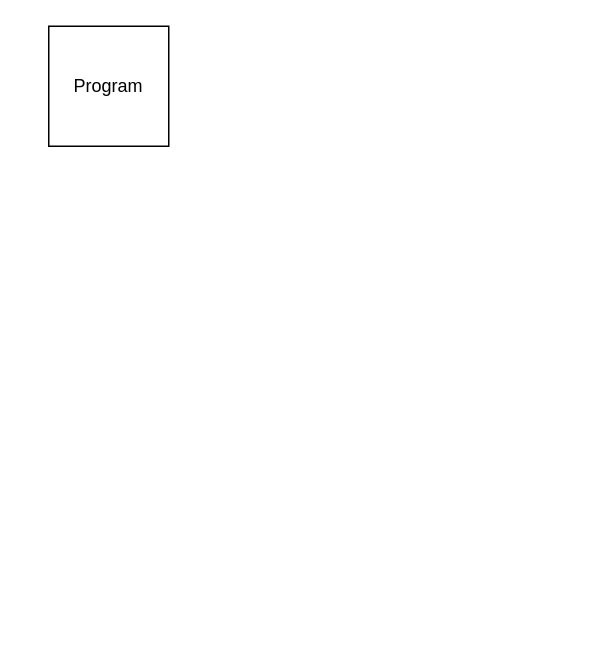
Above: Draw.drawio in blu3sh0rk/Draw (draw.io), before the change. Source tidied: cells renumbered, new cells numbered last; positions are measured from the earlier drawing's top-left corner, leaving out a move shared by most shapes. Both pictures are drawn from the tidied source at 150%, with x=0, y=0 at pixel (48, 26).
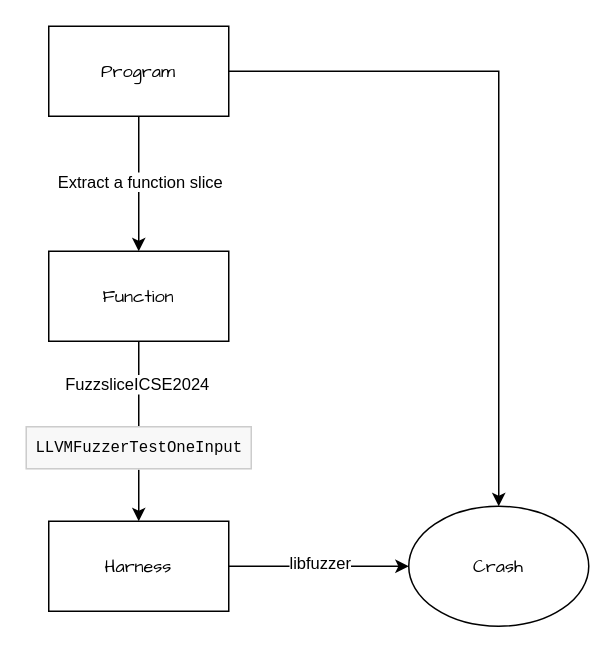
The same page after the edit.

Diff of the diagram source:
```diff
@@
 <mxGraphModel>
   <root>
     <mxCell id="0" />
     <mxCell id="1" parent="0" />
+    <mxCell id="3" style="edgeStyle=orthogonalEdgeStyle;rounded=0;jettySize=auto;html=1;" parent="1" edge="1" source="2" target="12">
+      <mxGeometry relative="1" as="geometry" />
+    </mxCell>
+    <mxCell id="4" value="Extract a function slice" style="edgeLabel;html=1;align=center;verticalAlign=middle;" parent="3" vertex="1">
+      <mxGeometry x="-0.04" relative="1" as="geometry" />
+    </mxCell>
+    <mxCell id="5" style="edgeStyle=orthogonalEdgeStyle;rounded=0;jettySize=auto;html=1;" parent="1" edge="1" source="2" target="13">
+      <mxGeometry relative="1" as="geometry" />
+    </mxCell>
-    <mxCell id="2" value="Program" style="whiteSpace=wrap;html=1;" parent="1" vertex="1">
-      <mxGeometry width="80" height="80" as="geometry" />
+    <mxCell id="2" value="&lt;font face=&quot;Comic Sans MS&quot;&gt;Program&lt;/font&gt;" style="rounded=0;whiteSpace=wrap;html=1;" parent="1" vertex="1">
+      <mxGeometry width="120" height="60" as="geometry" />
     </mxCell>
+    <mxCell id="6" style="edgeStyle=orthogonalEdgeStyle;rounded=0;jettySize=auto;html=1;" parent="1" edge="1" source="8" target="13">
+      <mxGeometry relative="1" as="geometry" />
+    </mxCell>
+    <mxCell id="7" value="libfuzzer" style="edgeLabel;html=1;align=center;verticalAlign=middle;" parent="6" vertex="1">
+      <mxGeometry y="3" relative="1" as="geometry" />
+    </mxCell>
+    <mxCell id="8" value="&lt;font face=&quot;Comic Sans MS&quot;&gt;Harness&lt;/font&gt;" style="rounded=0;whiteSpace=wrap;html=1;" parent="1" vertex="1">
+      <mxGeometry y="330" width="120" height="60" as="geometry" />
+    </mxCell>
+    <mxCell id="9" style="edgeStyle=orthogonalEdgeStyle;rounded=0;jettySize=auto;html=1;entryX=0.5;entryY=0;entryDx=0;entryDy=0;" parent="1" edge="1" source="12" target="8">
+      <mxGeometry relative="1" as="geometry" />
+    </mxCell>
+    <mxCell id="10" value="&lt;pre style=&quot;line-height: 15.96px; overflow: auto hidden; clear: both; font-family: Consolas, &amp;quot;Deja Vu Sans Mono&amp;quot;, &amp;quot;Bitstream Vera Sans Mono&amp;quot;, monospace; font-size: 0.95em; padding: 0.5em; border: 1px solid rgb(204, 204, 204); background-color: rgb(248, 248, 248); margin-top: 0px; margin-bottom: 0px; text-align: left;&quot;&gt;&lt;span class=&quot;n&quot;&gt;LLVMFuzzerTestOneInput&lt;/span&gt;&lt;/pre&gt;" style="edgeLabel;html=1;align=center;verticalAlign=middle;" parent="9" vertex="1">
+      <mxGeometry y="-1" relative="1" as="geometry">
+        <mxPoint y="10" as="offset" />
+      </mxGeometry>
+    </mxCell>
+    <mxCell id="11" value="FuzzsliceICSE2024" style="edgeLabel;html=1;align=center;verticalAlign=middle;" parent="9" vertex="1">
+      <mxGeometry x="-0.54" y="-2" relative="1" as="geometry" />
+    </mxCell>
+    <mxCell id="12" value="&lt;font face=&quot;Comic Sans MS&quot;&gt;Function&lt;/font&gt;" style="rounded=0;whiteSpace=wrap;html=1;" parent="1" vertex="1">
+      <mxGeometry y="150" width="120" height="60" as="geometry" />
+    </mxCell>
+    <mxCell id="13" value="&lt;font face=&quot;Comic Sans MS&quot;&gt;Crash&lt;/font&gt;" style="ellipse;whiteSpace=wrap;html=1;" parent="1" vertex="1">
+      <mxGeometry x="240" y="320" width="120" height="80" as="geometry" />
+    </mxCell>
   </root>
 </mxGraphModel>
```
